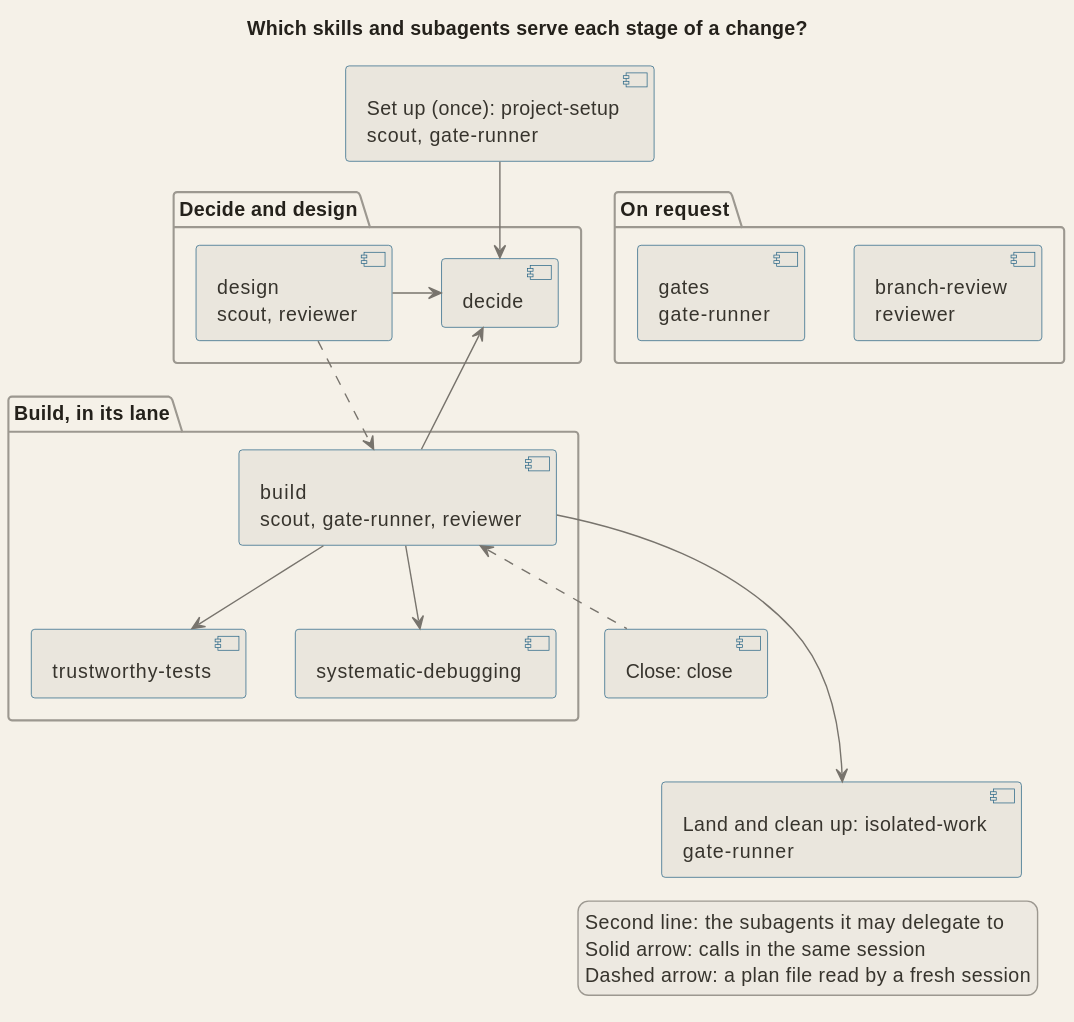
Before: docs/diagrams/arch_skills_workflow.svg, a diagram exported from PlantUML (signorenne/dotagents).
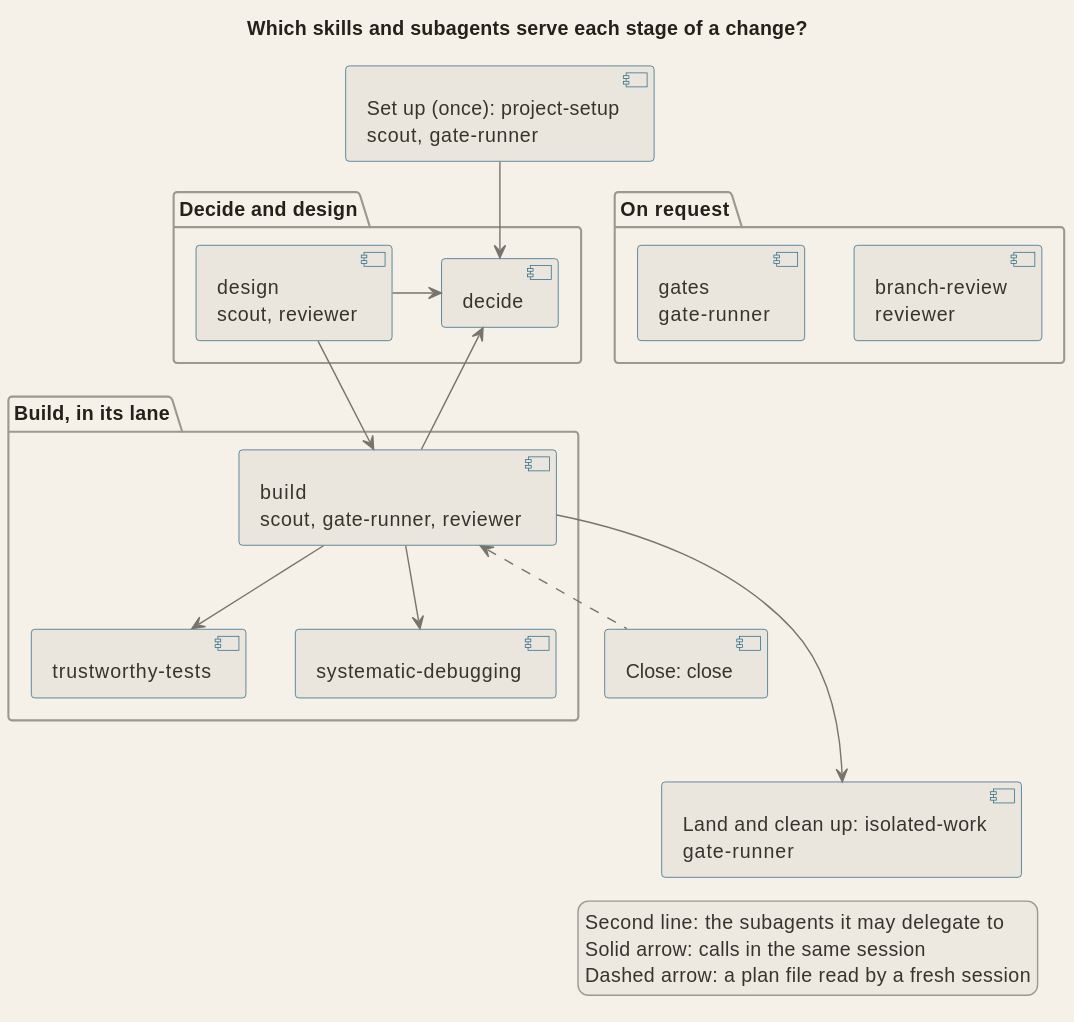
After the change.

Commit message:
docs(design): carry question rounds, the docs-only proof and in-session design builds into every restating text

Change to the diagram source:
```diff
@@ -21,7 +21,7 @@
 
 setup --> decide
 design -right-> decide
-design ..> build
+design --> build
 build -up-> decide
 build --> tests
 build --> debug
```
